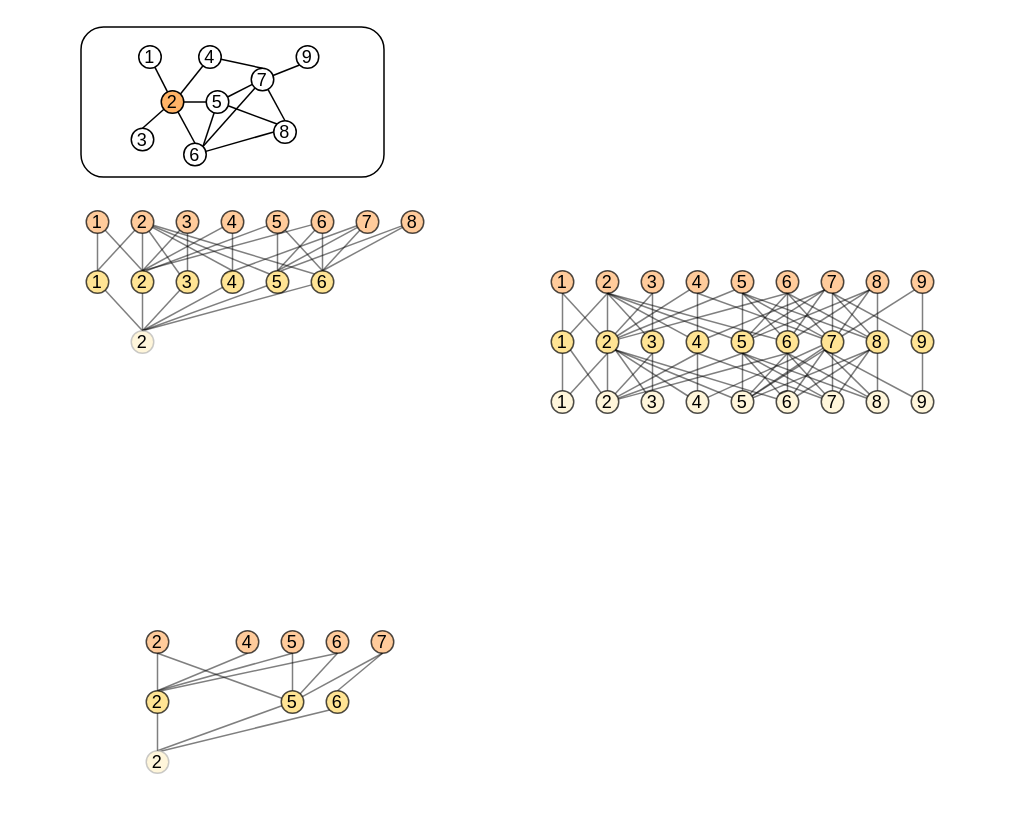
This is 渐进传播.drawio from LNqwn/BISHE-GRAPH, a draw.io file, before an edit. Source tidied: cells renumbered, new cells numbered last; positions are measured from the earlier drawing's top-left corner, leaving out a move shared by most shapes. Both pictures are drawn from the tidied source at 150%, with x=0, y=0 at pixel (80, 27).
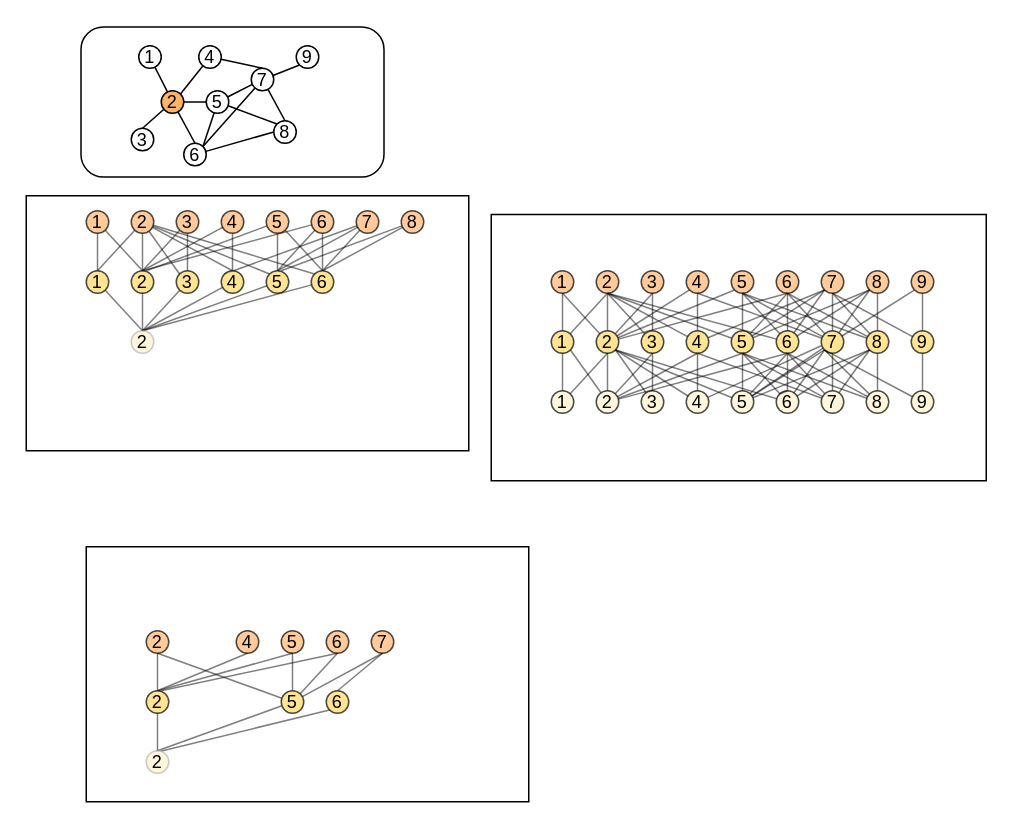
Above is the later version.

Commit message:
更新渐进传播.drawio

What changed in the source:
```diff
@@
+    <mxCell id="188" style="rounded=0;whiteSpace=wrap;html=1;fontFamily=Helvetica;fontSize=11;fontColor=default;labelBackgroundColor=default;" parent="1" vertex="1">
+      <mxGeometry x="4" y="346" width="295" height="170" as="geometry" />
+    </mxCell>
+    <mxCell id="189" style="rounded=0;whiteSpace=wrap;html=1;fontFamily=Helvetica;fontSize=11;fontColor=default;labelBackgroundColor=default;" parent="1" vertex="1">
+      <mxGeometry x="274" y="124.5" width="330" height="177.5" as="geometry" />
+    </mxCell>
+    <mxCell id="190" style="rounded=0;whiteSpace=wrap;html=1;fontFamily=Helvetica;fontSize=11;fontColor=default;labelBackgroundColor=default;" parent="1" vertex="1">
+      <mxGeometry x="-36" y="112" width="295" height="170" as="geometry" />
+    </mxCell>
```
